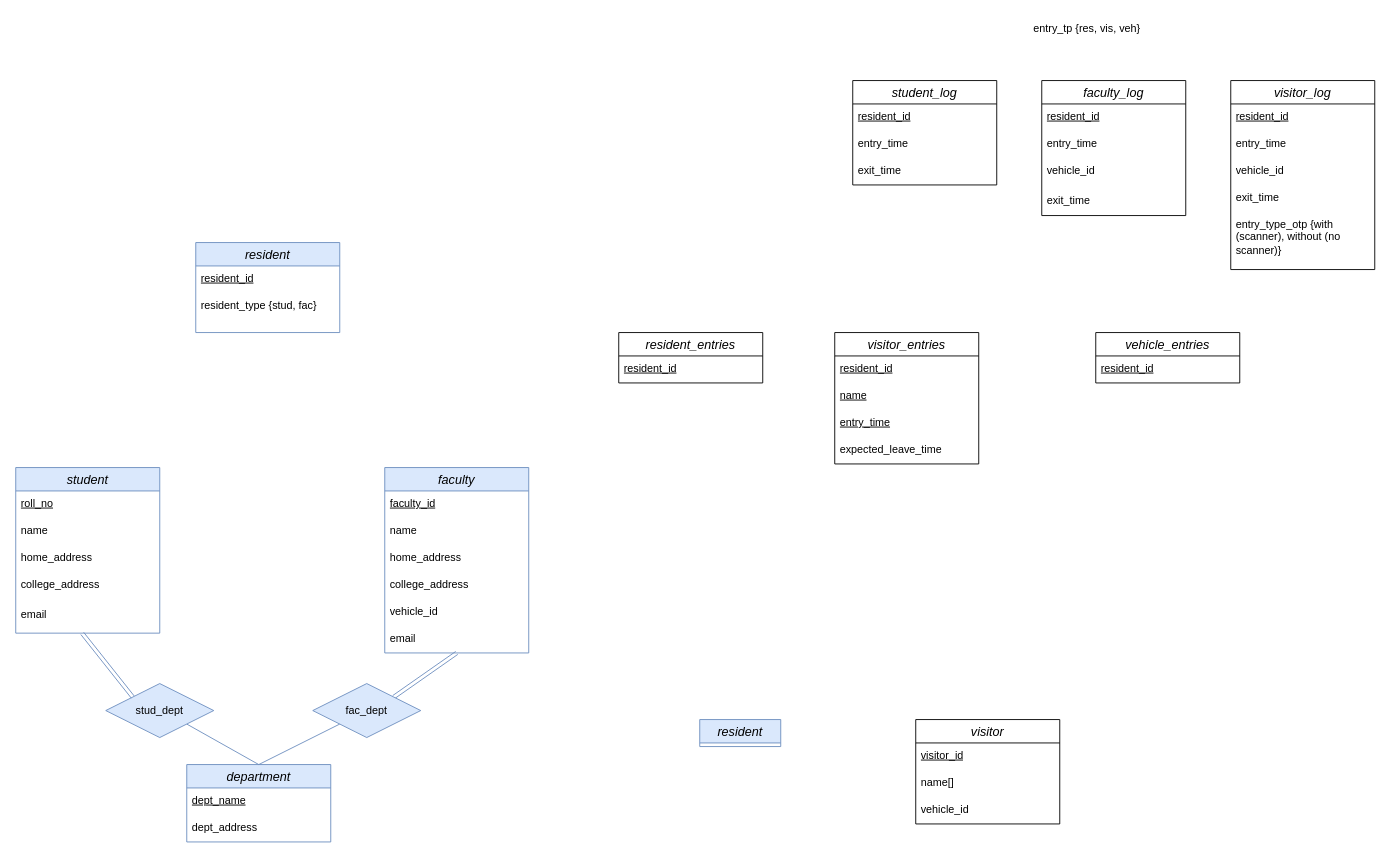
The draw.io diagram Untitled Diagram.drawio in nirmohica/iith-entry-exit, before the edit. Source tidied: cells renumbered, new cells numbered last; positions are measured from the earlier drawing's top-left corner, leaving out a move shared by most shapes. Both pictures are drawn from the tidied source at 90%, with x=0, y=0 at pixel (15, 15).
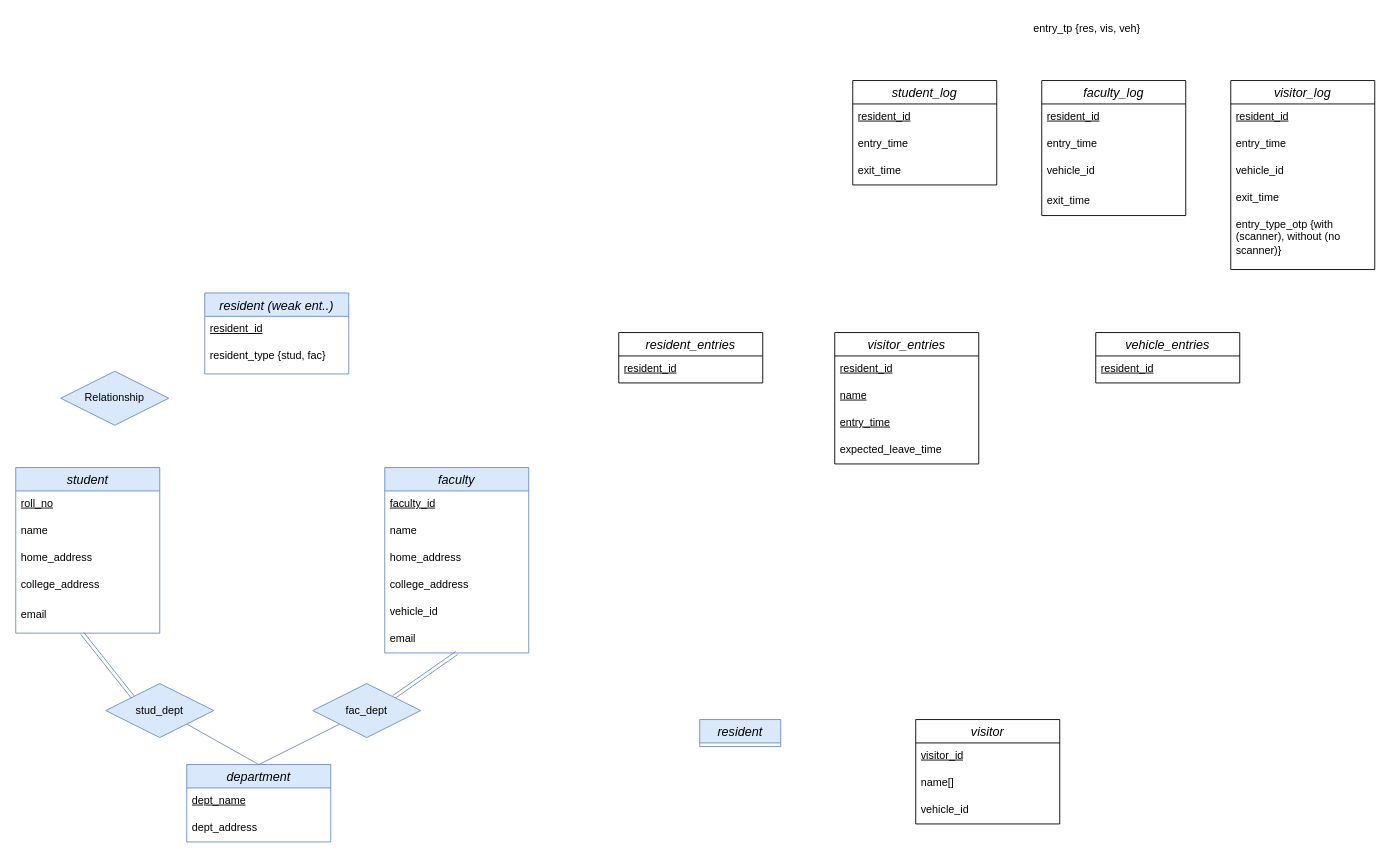
Above is the later version.

Diff of the diagram source:
```diff
@@
-    <mxCell id="2" value="resident" style="swimlane;fontStyle=2;horizontal=1;startSize=26;align=center;fontSize=14;fillColor=#dae8fc;strokeColor=#6c8ebf;" parent="1" vertex="1">
-      <mxGeometry x="200" y="252" width="160" height="100" as="geometry" />
+    <mxCell id="2" value="resident (weak ent..)" style="swimlane;fontStyle=2;horizontal=1;startSize=26;align=center;fontSize=14;fillColor=#dae8fc;strokeColor=#6c8ebf;" parent="1" vertex="1">
+      <mxGeometry x="210" y="308" width="160" height="90" as="geometry" />
     </mxCell>
@@
     <mxCell id="4" value="resident_type {stud, fac}" style="text;strokeColor=none;fillColor=none;spacingLeft=4;spacingRight=4;overflow=hidden;fontSize=12;whiteSpace=wrap;html=1;" parent="2" vertex="1">
-      <mxGeometry y="56" width="160" height="44" as="geometry" />
+      <mxGeometry y="56" width="160" height="34" as="geometry" />
     </mxCell>
@@
+    <mxCell id="57" value="Relationship" style="shape=rhombus;perimeter=rhombusPerimeter;whiteSpace=wrap;html=1;align=center;fillColor=#dae8fc;strokeColor=#6c8ebf;" parent="1" vertex="1">
+      <mxGeometry x="50" y="395" width="120" height="60" as="geometry" />
+    </mxCell>
```
